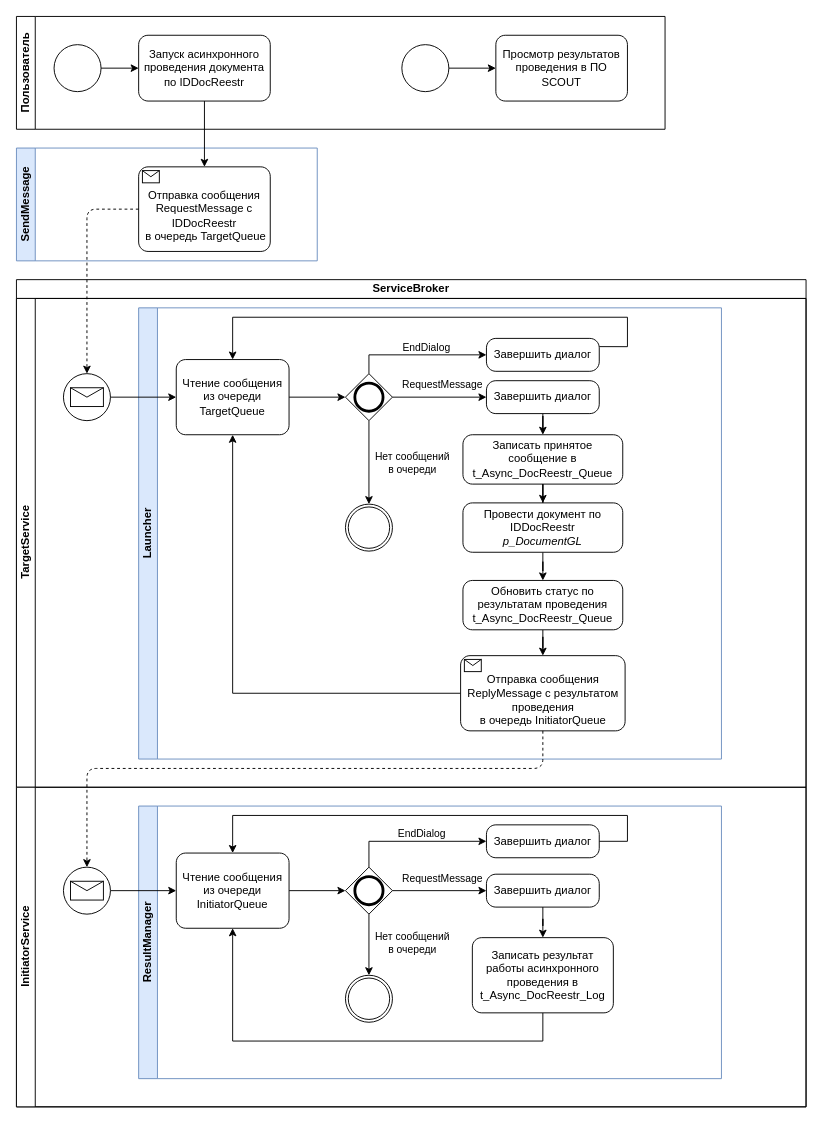
The draw.io diagram Async DocReestr/Service Broker Async.drawio in AndyPLsql/BPMN, before the edit. Source tidied: cells renumbered, new cells numbered last; positions are measured from the earlier drawing's top-left corner, leaving out a move shared by most shapes. Both pictures are drawn from the tidied source at 94%, with x=0, y=0 at pixel (16, 16).
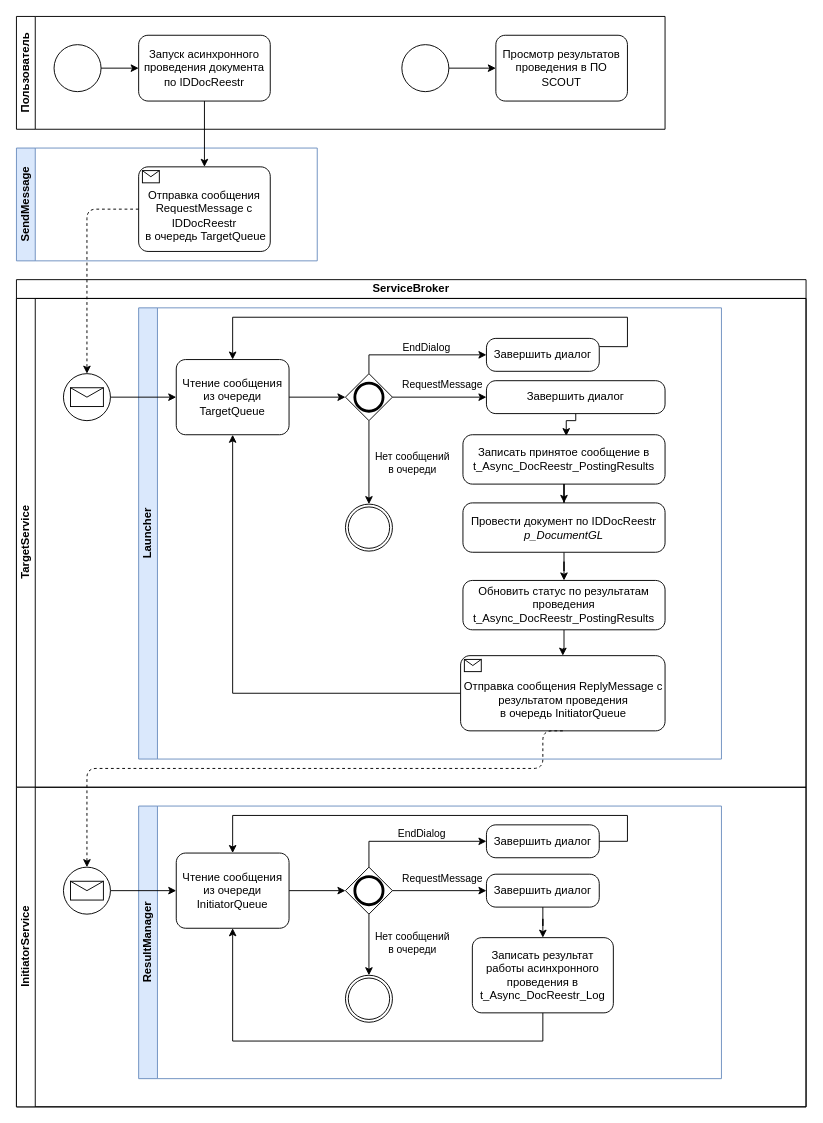
Above is the later version.

Commit message:
Rename table from Queue to PostingResults

Unchanged cells that the change refers to:
```xml
<mxCell id="4" value="Launcher" style="swimlane;startSize=20;horizontal=0;html=1;whiteSpace=wrap;fillColor=#dae8fc;strokeColor=#6c8ebf;" parent="3" vertex="1">
  <mxGeometry x="130" y="10" width="620" height="480" as="geometry" />
</mxCell>
```

What changed in the source:
```diff
@@
-    <mxCell id="16" style="edgeStyle=orthogonalEdgeStyle;rounded=0;jettySize=auto;html=1;" parent="4" edge="1" source="17" target="19">
-      <mxGeometry relative="1" as="geometry" />
+    <mxCell id="16" style="edgeStyle=orthogonalEdgeStyle;rounded=0;jettySize=auto;html=1;entryX=0.511;entryY=0.027;entryDx=0;entryDy=0;entryPerimeter=0;" parent="4" edge="1" source="17" target="19">
+      <mxGeometry relative="1" as="geometry">
+        <Array as="points">
+          <mxPoint x="465" y="120" />
+          <mxPoint x="455" y="120" />
+        </Array>
+      </mxGeometry>
     </mxCell>
     <mxCell id="17" value="Завершить диалог" style="points=[[0.25,0,0],[0.5,0,0],[0.75,0,0],[1,0.25,0],[1,0.5,0],[1,0.75,0],[0.75,1,0],[0.5,1,0],[0.25,1,0],[0,0.75,0],[0,0.5,0],[0,0.25,0]];shape=mxgraph.bpmn.task;whiteSpace=wrap;rectStyle=rounded;size=10;html=1;taskMarker=abstract;" parent="4" vertex="1">
-      <mxGeometry x="370" y="77.5" width="120" height="35" as="geometry" />
+      <mxGeometry x="370" y="77.5" width="190" height="35" as="geometry" />
     </mxCell>
@@
-    <mxCell id="19" value="Записать принятое сообщение в t_Async_DocReestr_Queue" style="points=[[0.25,0,0],[0.5,0,0],[0.75,0,0],[1,0.25,0],[1,0.5,0],[1,0.75,0],[0.75,1,0],[0.5,1,0],[0.25,1,0],[0,0.75,0],[0,0.5,0],[0,0.25,0]];shape=mxgraph.bpmn.task;whiteSpace=wrap;rectStyle=rounded;size=10;html=1;taskMarker=abstract;" parent="4" vertex="1">
-      <mxGeometry x="345" y="135" width="170" height="52.5" as="geometry" />
+    <mxCell id="19" value="Записать принятое сообщение в t_Async_DocReestr_PostingResults" style="points=[[0.25,0,0],[0.5,0,0],[0.75,0,0],[1,0.25,0],[1,0.5,0],[1,0.75,0],[0.75,1,0],[0.5,1,0],[0.25,1,0],[0,0.75,0],[0,0.5,0],[0,0.25,0]];shape=mxgraph.bpmn.task;whiteSpace=wrap;rectStyle=rounded;size=10;html=1;taskMarker=abstract;" parent="4" vertex="1">
+      <mxGeometry x="345" y="135" width="215" height="52.5" as="geometry" />
     </mxCell>
@@
     <mxCell id="21" value="Провести документ по IDDocReestr&lt;br&gt;&lt;i&gt;p_DocumentGL&lt;/i&gt;" style="points=[[0.25,0,0],[0.5,0,0],[0.75,0,0],[1,0.25,0],[1,0.5,0],[1,0.75,0],[0.75,1,0],[0.5,1,0],[0.25,1,0],[0,0.75,0],[0,0.5,0],[0,0.25,0]];shape=mxgraph.bpmn.task;whiteSpace=wrap;rectStyle=rounded;size=10;html=1;taskMarker=abstract;" parent="4" vertex="1">
-      <mxGeometry x="345" y="207.5" width="170" height="52.5" as="geometry" />
+      <mxGeometry x="345" y="207.5" width="215" height="52.5" as="geometry" />
     </mxCell>
@@
     <mxCell id="24" value="&lt;br&gt;Отправка сообщения ReplyMessage с результатом проведения&lt;br&gt;в очередь InitiatorQueue" style="points=[[0.25,0,0],[0.5,0,0],[0.75,0,0],[1,0.25,0],[1,0.5,0],[1,0.75,0],[0.75,1,0],[0.5,1,0],[0.25,1,0],[0,0.75,0],[0,0.5,0],[0,0.25,0]];shape=mxgraph.bpmn.task;whiteSpace=wrap;rectStyle=rounded;size=10;html=1;taskMarker=receive;" parent="4" vertex="1">
-      <mxGeometry x="342.5" y="370" width="175" height="80" as="geometry" />
+      <mxGeometry x="342.5" y="370" width="217.5" height="80" as="geometry" />
     </mxCell>
@@
-    <mxCell id="26" value="Обновить статус по результатам проведения t_Async_DocReestr_Queue" style="points=[[0.25,0,0],[0.5,0,0],[0.75,0,0],[1,0.25,0],[1,0.5,0],[1,0.75,0],[0.75,1,0],[0.5,1,0],[0.25,1,0],[0,0.75,0],[0,0.5,0],[0,0.25,0]];shape=mxgraph.bpmn.task;whiteSpace=wrap;rectStyle=rounded;size=10;html=1;taskMarker=abstract;" parent="4" vertex="1">
-      <mxGeometry x="345" y="290" width="170" height="52.5" as="geometry" />
+    <mxCell id="26" value="Обновить статус по результатам проведения t_Async_DocReestr_PostingResults" style="points=[[0.25,0,0],[0.5,0,0],[0.75,0,0],[1,0.25,0],[1,0.5,0],[1,0.75,0],[0.75,1,0],[0.5,1,0],[0.25,1,0],[0,0.75,0],[0,0.5,0],[0,0.25,0]];shape=mxgraph.bpmn.task;whiteSpace=wrap;rectStyle=rounded;size=10;html=1;taskMarker=abstract;" parent="4" vertex="1">
+      <mxGeometry x="345" y="290" width="215" height="52.5" as="geometry" />
     </mxCell>
```
